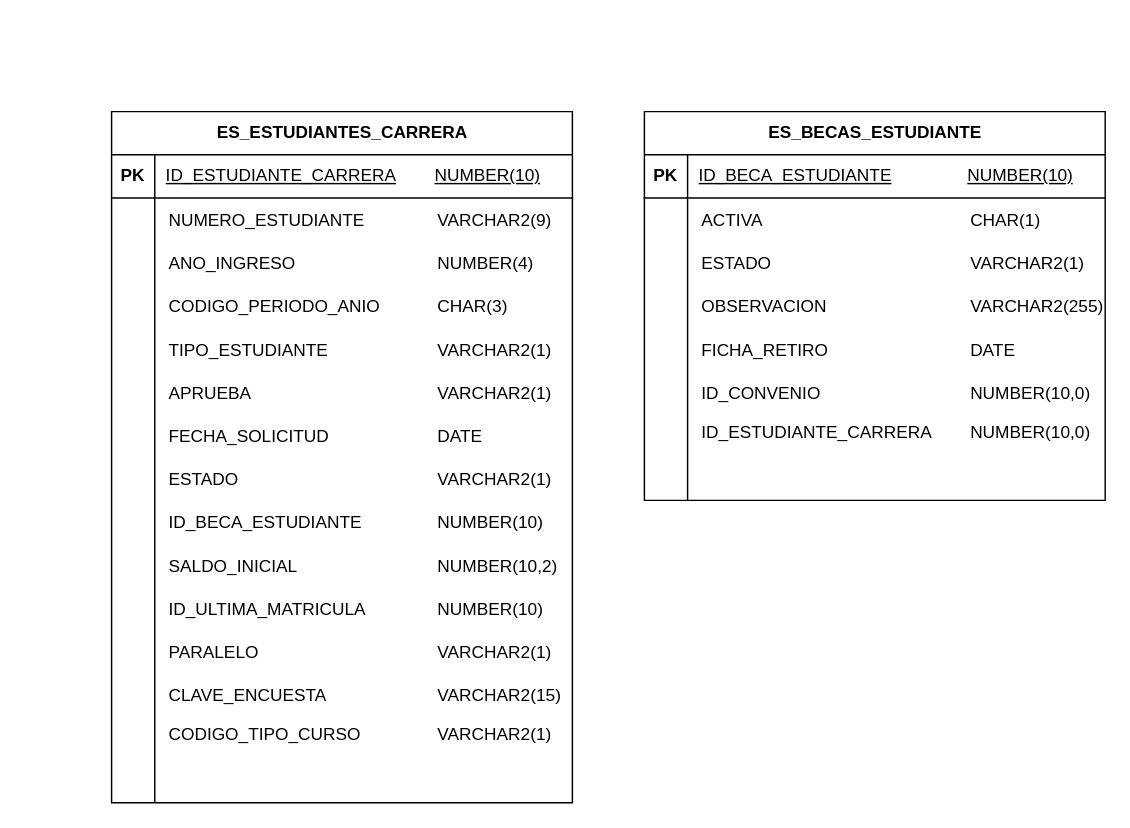
The draw.io diagram ESMENA.drawio in EZambranoFx/DIAGRAMAS, before the edit. Source tidied: cells renumbered, new cells numbered last; positions are measured from the earlier drawing's top-left corner, leaving out a move shared by most shapes. Both pictures are drawn from the tidied source at 144%, with x=0, y=0 at pixel (111, 111).
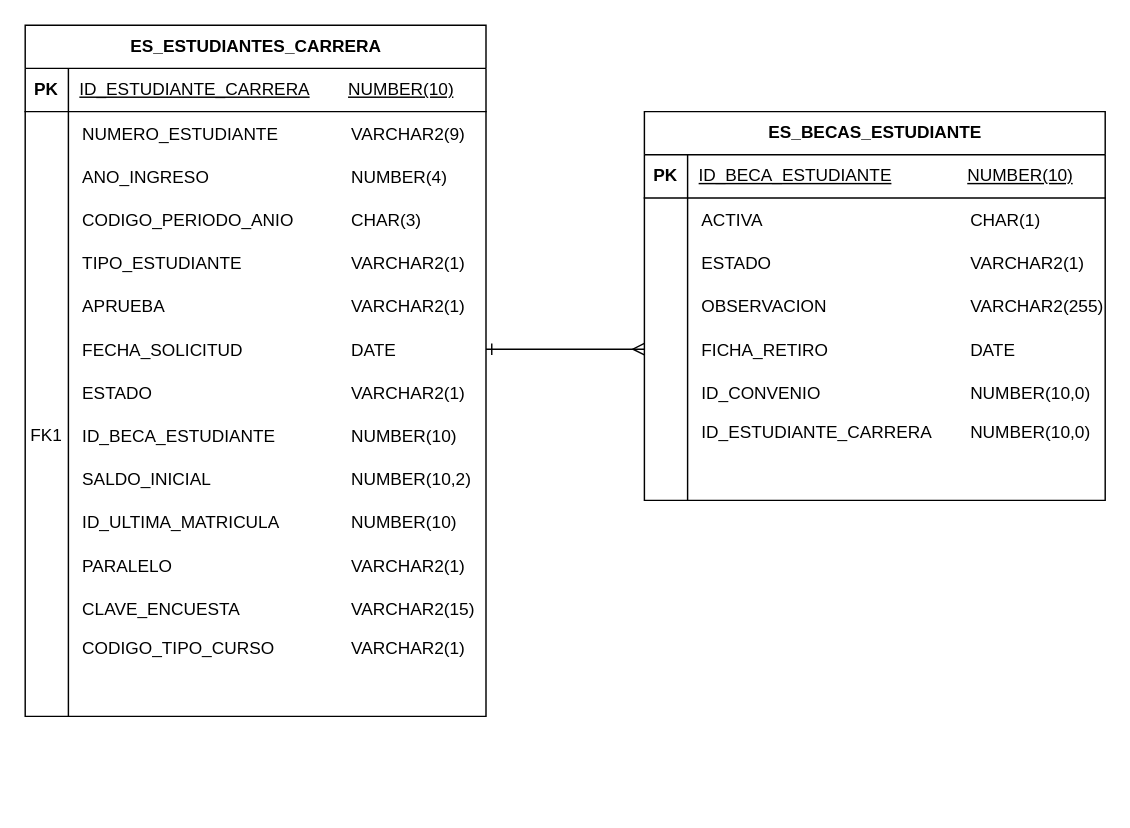
The same page after the edit.

Unchanged cells that the change refers to:
```xml
<mxCell id="21" style="shape=tableRow;horizontal=0;startSize=0;swimlaneHead=0;swimlaneBody=0;fillColor=none;points=[[0,0.5],[1,0.5]];portConstraint=eastwest;top=0;left=0;right=0;bottom=0;" parent="2" vertex="1">
  <mxGeometry y="210" width="320" height="30" as="geometry" />
</mxCell>
<mxCell id="27" style="shape=tableRow;horizontal=0;startSize=0;swimlaneHead=0;swimlaneBody=0;fillColor=none;top=0;left=0;right=0;bottom=0;" parent="2" vertex="1">
  <mxGeometry y="270" width="320" height="30" as="geometry" />
</mxCell>
<mxCell id="61" style="shape=tableRow;horizontal=0;startSize=0;swimlaneHead=0;swimlaneBody=0;fillColor=none;points=[[0,0.5],[1,0.5]];portConstraint=eastwest;top=0;left=0;right=0;bottom=0;" parent="48" vertex="1">
  <mxGeometry y="150" width="320" height="30" as="geometry" />
</mxCell>
```

Diff of the diagram source:
```diff
@@
     <mxCell id="2" value="ES_ESTUDIANTES_CARRERA" style="shape=table;startSize=30;childLayout=tableLayout;rowLines=0;fontStyle=1;align=center;html=1;" parent="1" vertex="1">
-      <mxGeometry width="320" height="480" as="geometry" />
+      <mxGeometry x="-60" y="-60" width="320" height="480" as="geometry" />
     </mxCell>
@@
-    <mxCell id="28" style="shape=partialRectangle;fillColor=none;top=0;left=0;bottom=0;right=0;overflow=hidden;whiteSpace=wrap;html=1;" parent="27" vertex="1">
+    <mxCell id="28" value="FK1" style="shape=partialRectangle;fillColor=none;top=0;left=0;bottom=0;right=0;overflow=hidden;whiteSpace=wrap;html=1;" parent="27" vertex="1">
       <mxGeometry width="30" height="30" as="geometry" />
     </mxCell>
@@
+    <mxCell id="73" style="edgeStyle=orthogonalEdgeStyle;rounded=0;jettySize=auto;html=1;exitX=1;exitY=0.5;exitDx=0;exitDy=0;entryX=0;entryY=0.5;entryDx=0;entryDy=0;endArrow=ERmany;endFill=0;startArrow=ERone;startFill=0;" parent="1" edge="1" source="21" target="61">
+      <mxGeometry relative="1" as="geometry" />
+    </mxCell>
```
